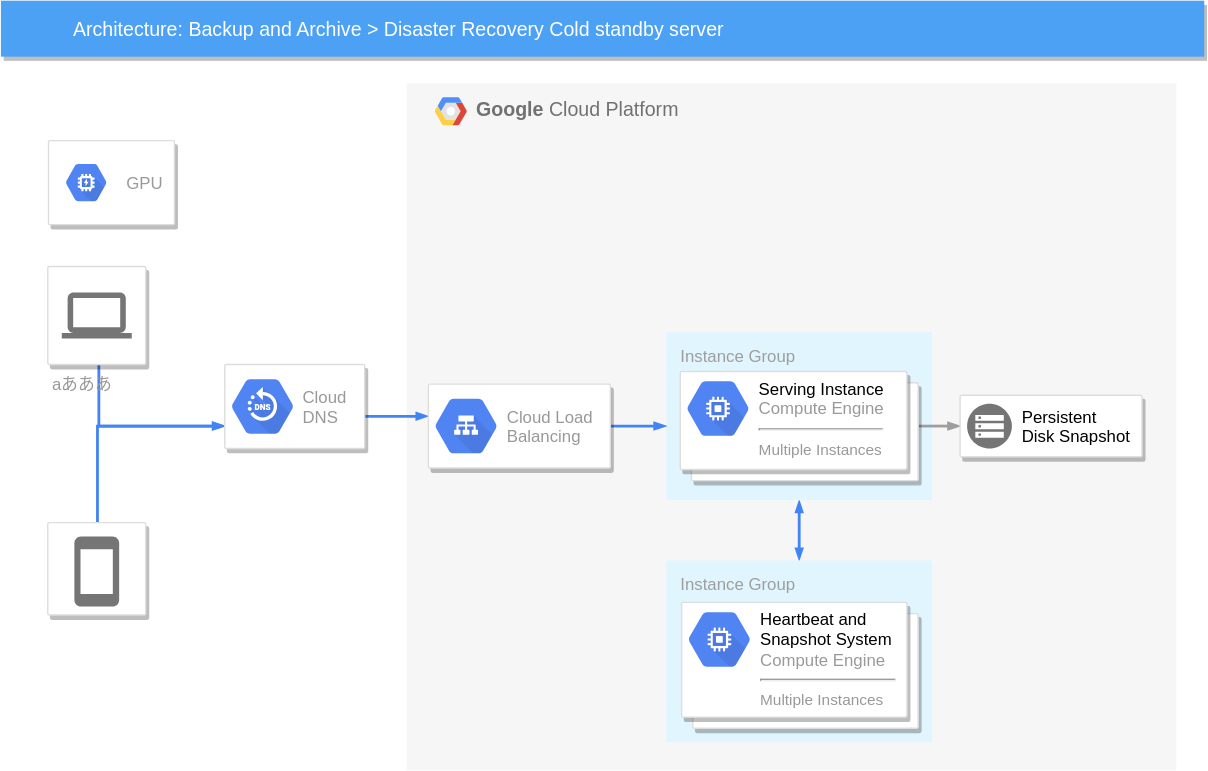
Before: gcpDemo.svg, a diagram exported from draw.io (t-sato-truedata/patchwork). Source tidied: cells renumbered, new cells last; positions are measured from the earlier drawing's top-left corner, leaving out a move shared by most shapes.
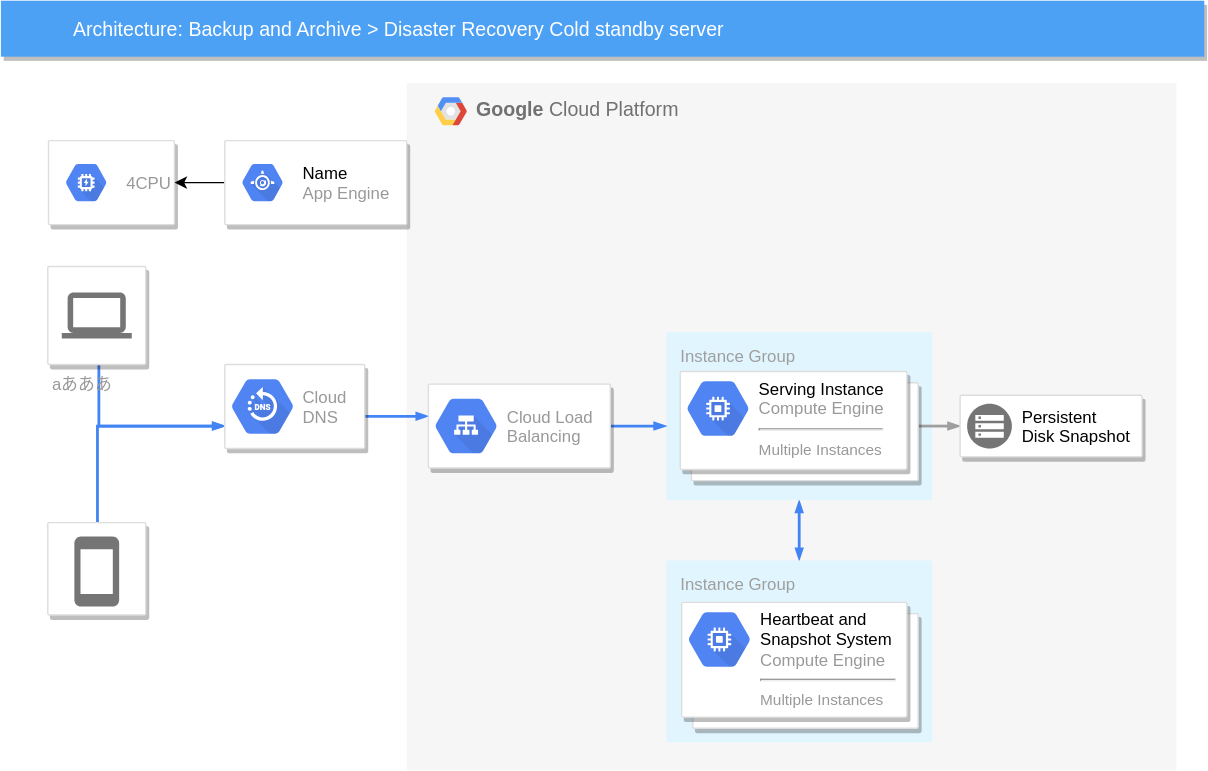
The same diagram one commit later.

Commit message:
追加しました

Change to the diagram source:
```diff
@@ -104,10 +104,21 @@
     <mxCell id="27" style="strokeColor=#dddddd;fillColor=#ffffff;shadow=1;strokeWidth=1;rounded=1;absoluteArcSize=1;arcSize=2;align=left;" parent="1" vertex="1">
       <mxGeometry x="34" y="100" width="90" height="60" as="geometry" />
     </mxCell>
-    <mxCell id="28" value="GPU" style="dashed=0;html=1;fillColor=#5184F3;strokeColor=none;shape=mxgraph.gcp2.hexIcon;prIcon=gpu;labelPosition=right;verticalLabelPosition=middle;align=left;verticalAlign=middle;spacingLeft=5;fontColor=#999999;fontSize=12;" parent="27" vertex="1">
+    <mxCell id="28" value="4CPU" style="dashed=0;html=1;fillColor=#5184F3;strokeColor=none;shape=mxgraph.gcp2.hexIcon;prIcon=gpu;labelPosition=right;verticalLabelPosition=middle;align=left;verticalAlign=middle;spacingLeft=5;fontColor=#999999;fontSize=12;" parent="27" vertex="1">
       <mxGeometry y="0.5" width="44" height="39" relative="1" as="geometry">
         <mxPoint x="5" y="-19.5" as="offset" />
       </mxGeometry>
     </mxCell>
+    <mxCell id="29" style="edgeStyle=orthogonalEdgeStyle;rounded=0;jettySize=auto;html=1;" parent="1" edge="1" source="30" target="27">
+      <mxGeometry relative="1" as="geometry" />
+    </mxCell>
+    <mxCell id="30" style="strokeColor=#dddddd;fillColor=#ffffff;shadow=1;strokeWidth=1;rounded=1;absoluteArcSize=1;arcSize=2;align=left;" parent="1" vertex="1">
+      <mxGeometry x="160" y="100" width="130" height="60" as="geometry" />
+    </mxCell>
+    <mxCell id="31" value="&lt;font color=&quot;#000000&quot;&gt;Name&lt;/font&gt;&lt;br&gt;App Engine" style="dashed=0;html=1;fillColor=#5184F3;strokeColor=none;shape=mxgraph.gcp2.hexIcon;prIcon=app_engine;labelPosition=right;verticalLabelPosition=middle;align=left;verticalAlign=middle;spacingLeft=5;fontColor=#999999;fontSize=12;" parent="30" vertex="1">
+      <mxGeometry y="0.5" width="44" height="39" relative="1" as="geometry">
+        <mxPoint x="5" y="-19.5" as="offset" />
+      </mxGeometry>
+    </mxCell>
   </root>
 </mxGraphModel>
```
